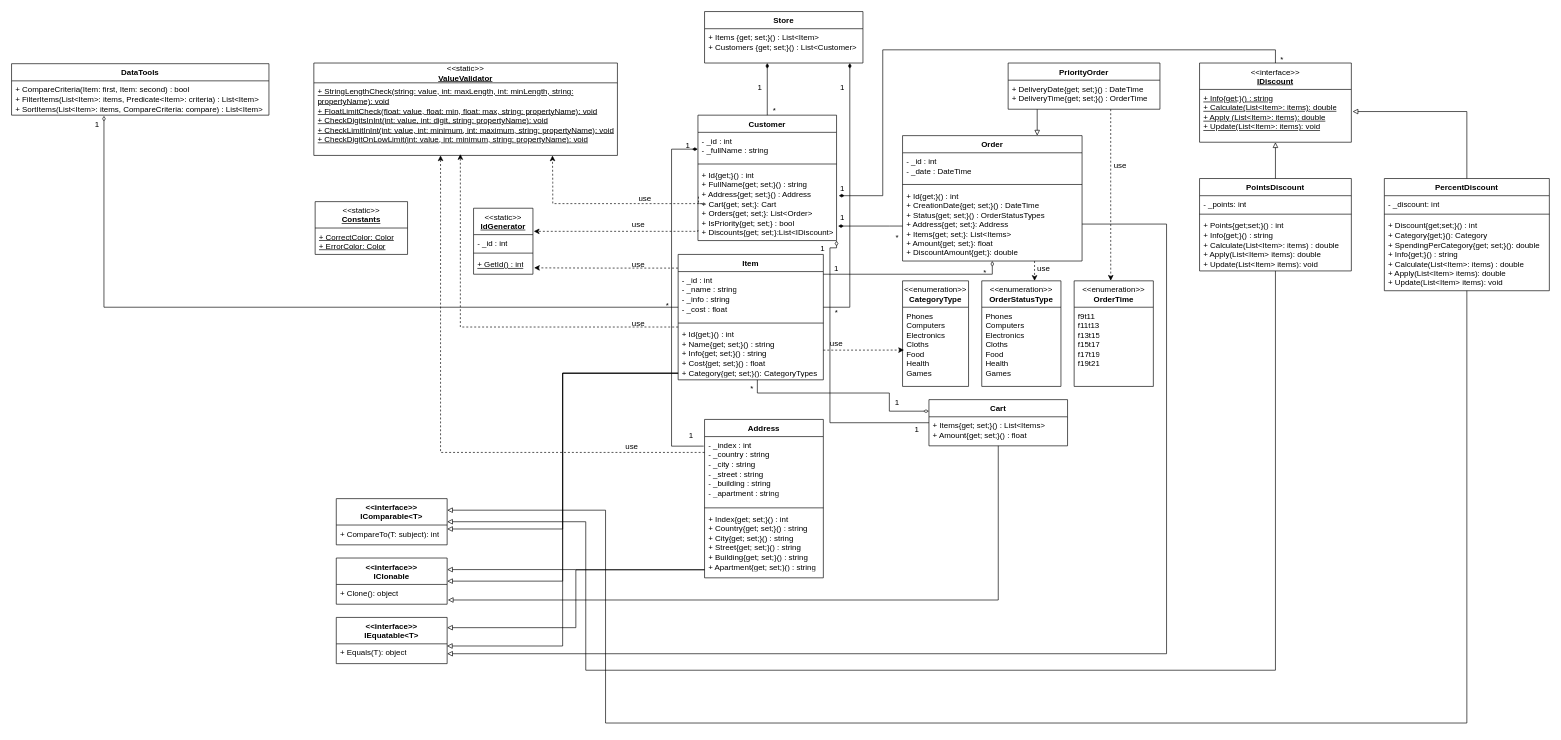
The draw.io diagram oop-winform/Diagram.drawio in antoniocra04/oop-winform, before the edit. Source tidied: cells renumbered, new cells numbered last; positions are measured from the earlier drawing's top-left corner, leaving out a move shared by most shapes. Both pictures are drawn from the tidied source at 66%, with x=0, y=0 at pixel (11, 11).
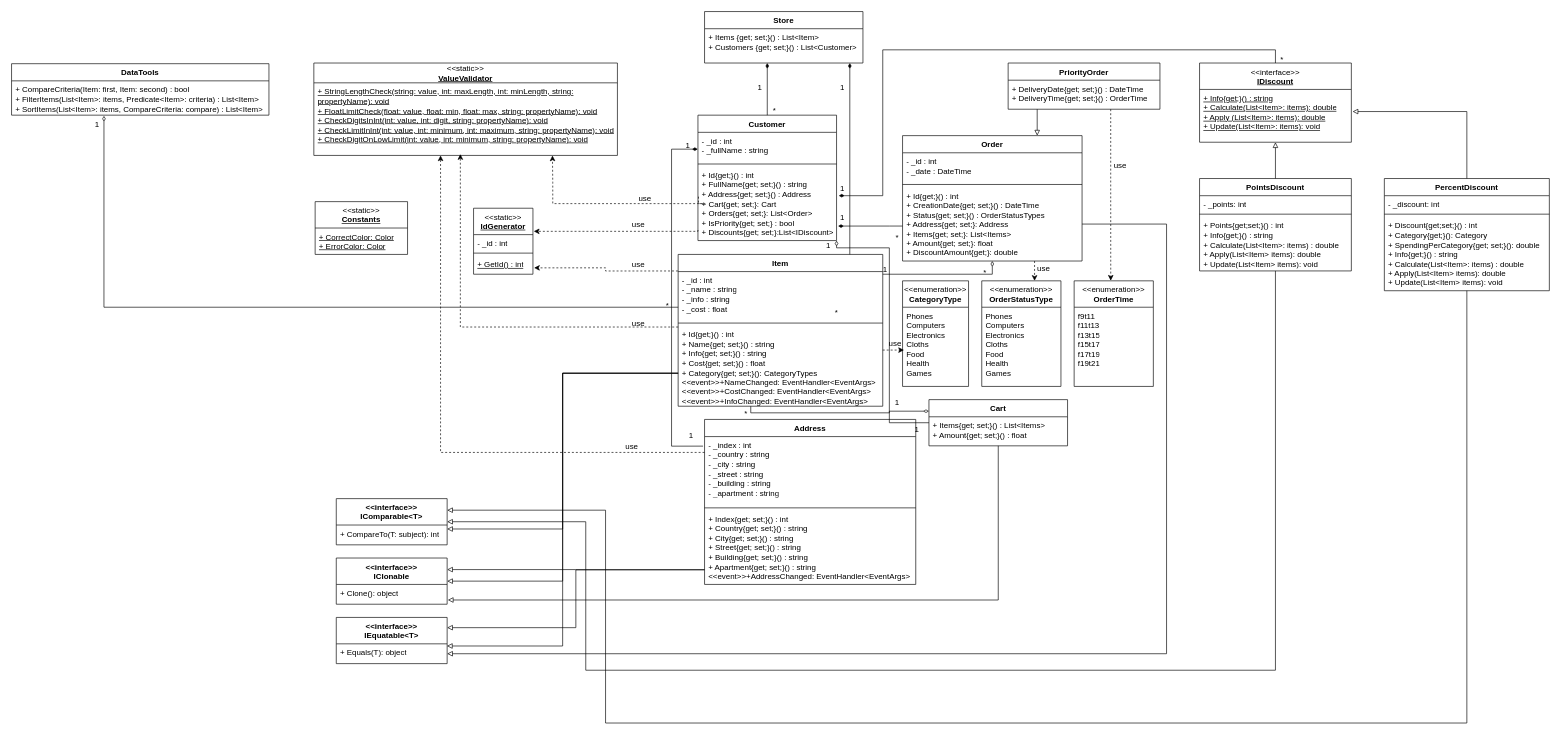
The same diagram, later.

Commit message (it also covers changes not shown here):
fix(sln, diagram): исправил замечания

Unchanged cells that the change refers to:
```xml
<mxCell id="2" value="Customer" style="swimlane;fontStyle=1;align=center;verticalAlign=top;horizontal=1;startSize=26;whiteSpace=wrap;html=1;" parent="1" vertex="1">
  <mxGeometry x="1040" y="157" width="210" height="190" as="geometry" />
</mxCell>
<mxCell id="44" value="Cart" style="swimlane;fontStyle=1;align=center;verticalAlign=top;horizontal=1;startSize=26;whiteSpace=wrap;html=1;" parent="1" vertex="1">
  <mxGeometry x="1390" y="588" width="210" height="70" as="geometry" />
</mxCell>
```

What changed in the source:
```diff
@@
     <mxCell id="7" value="Item" style="swimlane;fontStyle=1;align=center;verticalAlign=top;horizontal=1;startSize=26;whiteSpace=wrap;html=1;" parent="1" vertex="1">
-      <mxGeometry x="1010" y="368" width="220" height="190" as="geometry" />
+      <mxGeometry x="1010" y="368" width="310" height="230" as="geometry" />
     </mxCell>
     <mxCell id="8" value="- _id : int&lt;br&gt;- _name : string&lt;br&gt;- _info : string&lt;br&gt;- _cost : float" style="text;strokeColor=none;fillColor=none;align=left;verticalAlign=top;spacingLeft=4;spacingRight=4;overflow=hidden;points=[[0,0.5],[1,0.5]];portConstraint=eastwest;whiteSpace=wrap;html=1;" parent="7" vertex="1">
-      <mxGeometry y="26" width="220" height="74" as="geometry" />
+      <mxGeometry y="26" width="310" height="74" as="geometry" />
     </mxCell>
     <mxCell id="9" style="line;strokeWidth=1;fillColor=none;align=left;verticalAlign=middle;spacingTop=-1;spacingLeft=3;spacingRight=3;labelPosition=right;strokeColor=inherit;" parent="7" vertex="1">
-      <mxGeometry y="100" width="220" height="8" as="geometry" />
+      <mxGeometry y="100" width="310" height="8" as="geometry" />
     </mxCell>
-    <mxCell id="10" value="+ Id{get;}() : int&lt;br&gt;+ Name{get; set;}() : string&lt;br&gt;+ Info{get; set;}() : string&lt;br&gt;+ Cost{get; set;}() : float&lt;div&gt;+ Category{get; set;}(): CategoryTypes&lt;/div&gt;" style="text;strokeColor=none;fillColor=none;align=left;verticalAlign=top;spacingLeft=4;spacingRight=4;overflow=hidden;points=[[0,0.5],[1,0.5]];portConstraint=eastwest;whiteSpace=wrap;html=1;" parent="7" vertex="1">
-      <mxGeometry y="108" width="220" height="82" as="geometry" />
+    <mxCell id="10" value="+ Id{get;}() : int&lt;br&gt;+ Name{get; set;}() : string&lt;br&gt;+ Info{get; set;}() : string&lt;br&gt;+ Cost{get; set;}() : float&lt;div&gt;+ Category{get; set;}(): CategoryTypes&lt;/div&gt;&lt;div&gt;&amp;lt;&amp;lt;event&amp;gt;&amp;gt;+NameChanged: EventHandler&amp;lt;EventArgs&amp;gt;&lt;/div&gt;&lt;div&gt;&amp;lt;&amp;lt;event&amp;gt;&amp;gt;+CostChanged: EventHandler&amp;lt;EventArgs&amp;gt;&lt;/div&gt;&lt;div&gt;&amp;lt;&amp;lt;event&amp;gt;&amp;gt;+InfoChanged: EventHandler&amp;lt;EventArgs&amp;gt;&lt;/div&gt;&lt;div&gt;&lt;br&gt;&lt;/div&gt;" style="text;strokeColor=none;fillColor=none;align=left;verticalAlign=top;spacingLeft=4;spacingRight=4;overflow=hidden;points=[[0,0.5],[1,0.5]];portConstraint=eastwest;whiteSpace=wrap;html=1;" parent="7" vertex="1">
+      <mxGeometry y="108" width="310" height="122" as="geometry" />
     </mxCell>
@@
     <mxCell id="25" value="Address" style="swimlane;fontStyle=1;align=center;verticalAlign=top;horizontal=1;startSize=26;whiteSpace=wrap;html=1;" parent="1" vertex="1">
-      <mxGeometry x="1050" y="618" width="180" height="240" as="geometry" />
+      <mxGeometry x="1050" y="618" width="320" height="250" as="geometry" />
     </mxCell>
     <mxCell id="26" value="- _index : int&lt;br&gt;- _country : string&lt;br&gt;- _city : string&lt;br&gt;&lt;div&gt;- _street : string&lt;br&gt;&lt;/div&gt;&lt;div&gt;- _building : string&lt;/div&gt;&lt;div&gt;- _apartment : string&lt;br&gt;&lt;/div&gt;" style="text;strokeColor=none;fillColor=none;align=left;verticalAlign=top;spacingLeft=4;spacingRight=4;overflow=hidden;points=[[0,0.5],[1,0.5]];portConstraint=eastwest;whiteSpace=wrap;html=1;" parent="25" vertex="1">
-      <mxGeometry y="26" width="180" height="104" as="geometry" />
+      <mxGeometry y="26" width="320" height="104" as="geometry" />
     </mxCell>
     <mxCell id="27" style="line;strokeWidth=1;fillColor=none;align=left;verticalAlign=middle;spacingTop=-1;spacingLeft=3;spacingRight=3;labelPosition=right;strokeColor=inherit;" parent="25" vertex="1">
-      <mxGeometry y="130" width="180" height="8" as="geometry" />
+      <mxGeometry y="130" width="320" height="8" as="geometry" />
     </mxCell>
-    <mxCell id="28" value="+ Index{get; set;}() : int&lt;br&gt;+ Country{get; set;}() : string&lt;br&gt;+ City{get; set;}() : string&lt;br&gt;&lt;div&gt;+ Street{get; set;}() : string&lt;/div&gt;&lt;div&gt;+ Building{get; set;}() : string&lt;/div&gt;&lt;div&gt;+ Apartment{get; set;}() : string&lt;/div&gt;" style="text;strokeColor=none;fillColor=none;align=left;verticalAlign=top;spacingLeft=4;spacingRight=4;overflow=hidden;whiteSpace=wrap;html=1;" parent="25" vertex="1">
-      <mxGeometry y="138" width="180" height="102" as="geometry" />
+    <mxCell id="28" value="+ Index{get; set;}() : int&lt;br&gt;+ Country{get; set;}() : string&lt;br&gt;+ City{get; set;}() : string&lt;br&gt;&lt;div&gt;+ Street{get; set;}() : string&lt;/div&gt;&lt;div&gt;+ Building{get; set;}() : string&lt;/div&gt;&lt;div&gt;+ Apartment{get; set;}() : string&lt;/div&gt;&lt;div&gt;&amp;lt;&amp;lt;event&amp;gt;&amp;gt;+AddressChanged: EventHandler&amp;lt;EventArgs&amp;gt;&lt;/div&gt;" style="text;strokeColor=none;fillColor=none;align=left;verticalAlign=top;spacingLeft=4;spacingRight=4;overflow=hidden;whiteSpace=wrap;html=1;" parent="25" vertex="1">
+      <mxGeometry y="138" width="320" height="112" as="geometry" />
     </mxCell>
@@
     <mxCell id="34" value="use" style="text;html=1;align=center;verticalAlign=middle;whiteSpace=wrap;rounded=0;" parent="1" vertex="1">
-      <mxGeometry x="1220" y="488" width="60" height="30" as="geometry" />
+      <mxGeometry x="1309" y="488" width="60" height="30" as="geometry" />
     </mxCell>
@@
     <mxCell id="57" value="1" style="text;html=1;align=center;verticalAlign=middle;whiteSpace=wrap;rounded=0;" parent="1" vertex="1">
-      <mxGeometry x="1235" y="375" width="30" height="30" as="geometry" />
+      <mxGeometry x="1309" y="376" width="30" height="30" as="geometry" />
     </mxCell>
@@
     <mxCell id="59" style="edgeStyle=orthogonalEdgeStyle;rounded=0;jettySize=auto;html=1;endArrow=diamondThin;endFill=0;entryX=1;entryY=1;entryDx=0;entryDy=0;" parent="1" edge="1" source="44" target="2">
       <mxGeometry relative="1" as="geometry">
         <Array as="points">
-          <mxPoint x="1240" y="623" />
-          <mxPoint x="1240" y="358" />
+          <mxPoint x="1330" y="623" />
+          <mxPoint x="1330" y="358" />
           <mxPoint x="1250" y="358" />
         </Array>
       </mxGeometry>
     </mxCell>
     <mxCell id="60" style="edgeStyle=orthogonalEdgeStyle;rounded=0;jettySize=auto;html=1;entryX=0;entryY=0.25;entryDx=0;entryDy=0;endArrow=diamondThin;endFill=0;" parent="1" edge="1" source="7" target="44">
       <mxGeometry relative="1" as="geometry">
         <Array as="points">
-          <mxPoint x="1130" y="578" />
-          <mxPoint x="1330" y="578" />
+          <mxPoint x="1120" y="608" />
+          <mxPoint x="1330" y="608" />
           <mxPoint x="1330" y="605" />
         </Array>
       </mxGeometry>
     </mxCell>
     <mxCell id="61" value="*" style="text;html=1;align=center;verticalAlign=middle;whiteSpace=wrap;rounded=0;" parent="1" vertex="1">
-      <mxGeometry x="1107" y="556" width="30" height="30" as="geometry" />
+      <mxGeometry x="1098" y="594.5" width="30" height="30" as="geometry" />
     </mxCell>
@@
     <mxCell id="63" value="1" style="text;html=1;align=center;verticalAlign=middle;whiteSpace=wrap;rounded=0;" parent="1" vertex="1">
-      <mxGeometry x="1214" y="345" width="30" height="30" as="geometry" />
+      <mxGeometry x="1223" y="340" width="30" height="30" as="geometry" />
     </mxCell>
```
